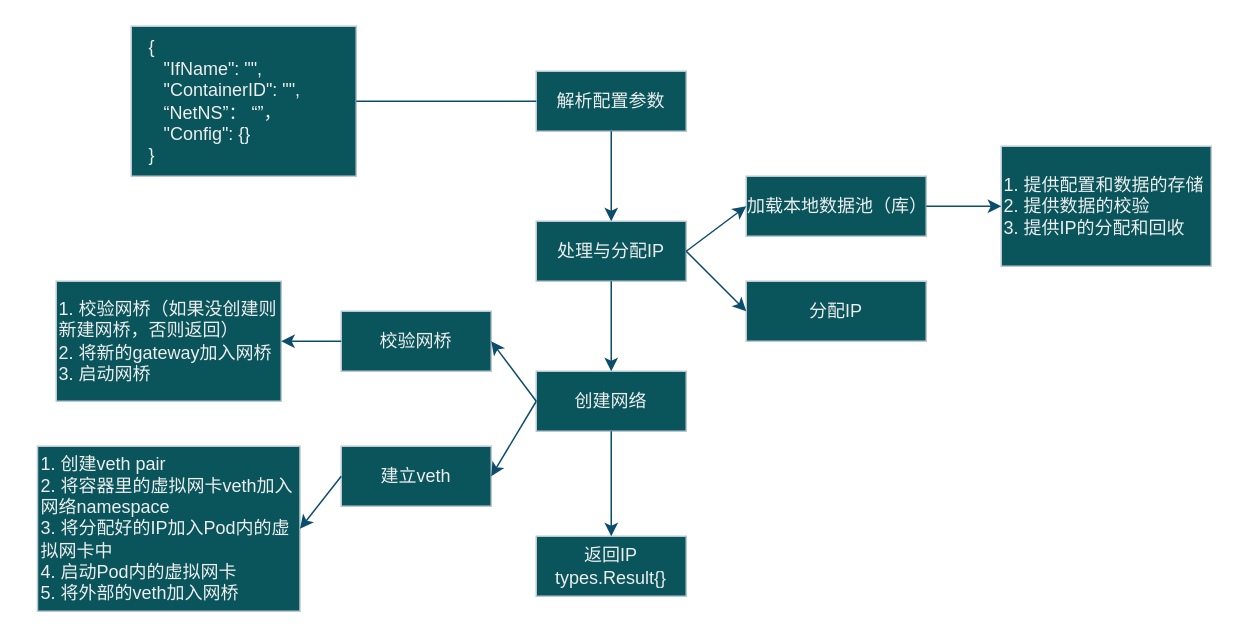
Before: page "CNI-ADD" (5 of 12) of flows/流程图.drawio in godzilla-s/lightly-cni, a draw.io diagram. Source tidied: cells renumbered, new cells numbered last; positions are measured from the earlier drawing's top-left corner, leaving out a move shared by most shapes. Both pictures are drawn from the tidied source at 150%, with x=0, y=0 at pixel (38, 26).
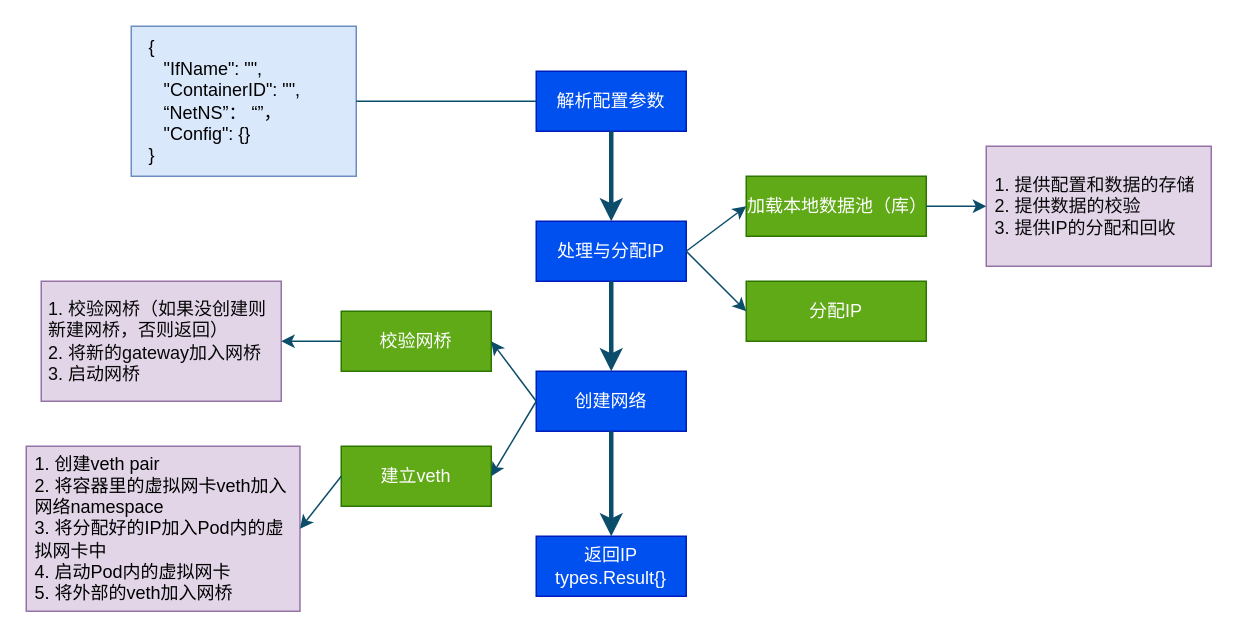
Above is the later version.

Diff of the diagram source:
```diff
@@
-<mxGraphModel>
+<mxGraphModel background="#ffffff">
@@
-    <mxCell id="2" value="解析配置参数" style="rounded=0;whiteSpace=wrap;html=1;labelBackgroundColor=none;fillColor=#09555B;strokeColor=#BAC8D3;fontColor=#EEEEEE;" parent="1" vertex="1">
+    <mxCell id="2" value="解析配置参数" style="rounded=0;whiteSpace=wrap;html=1;labelBackgroundColor=none;fillColor=#0050ef;strokeColor=#001DBC;fontColor=#ffffff;" parent="1" vertex="1">
       <mxGeometry x="332" y="30" width="100" height="40" as="geometry" />
     </mxCell>
-    <mxCell id="3" value="加载本地数据池（库）" style="rounded=0;whiteSpace=wrap;html=1;labelBackgroundColor=none;fillColor=#09555B;strokeColor=#BAC8D3;fontColor=#EEEEEE;" parent="1" vertex="1">
+    <mxCell id="3" value="加载本地数据池（库）" style="rounded=0;whiteSpace=wrap;html=1;labelBackgroundColor=none;fillColor=#60a917;strokeColor=#2D7600;fontColor=#ffffff;" parent="1" vertex="1">
       <mxGeometry x="472" y="100" width="120" height="40" as="geometry" />
     </mxCell>
-    <mxCell id="4" value="处理与分配IP" style="rounded=0;whiteSpace=wrap;html=1;labelBackgroundColor=none;fillColor=#09555B;strokeColor=#BAC8D3;fontColor=#EEEEEE;" parent="1" vertex="1">
+    <mxCell id="4" value="处理与分配IP" style="rounded=0;whiteSpace=wrap;html=1;labelBackgroundColor=none;fillColor=#0050ef;strokeColor=#001DBC;fontColor=#ffffff;" parent="1" vertex="1">
       <mxGeometry x="332" y="130" width="100" height="40" as="geometry" />
     </mxCell>
-    <mxCell id="5" value="1. 提供配置和数据的存储&lt;div&gt;2. 提供数据的校验&lt;/div&gt;&lt;div&gt;3. 提供IP的分配和回收&lt;/div&gt;" style="rounded=0;whiteSpace=wrap;html=1;align=left;labelBackgroundColor=none;fillColor=#09555B;strokeColor=#BAC8D3;fontColor=#EEEEEE;" parent="1" vertex="1">
-      <mxGeometry x="642" y="80" width="140" height="80" as="geometry" />
+    <mxCell id="5" value="1. 提供配置和数据的存储&lt;div&gt;2. 提供数据的校验&lt;/div&gt;&lt;div&gt;3. 提供IP的分配和回收&lt;/div&gt;" style="rounded=0;whiteSpace=wrap;html=1;align=left;labelBackgroundColor=none;fillColor=#e1d5e7;strokeColor=#9673a6;spacingLeft=4;fontColor=#0A0A0A;" parent="1" vertex="1">
+      <mxGeometry x="632" y="80" width="150" height="80" as="geometry" />
     </mxCell>
-    <mxCell id="6" value="校验网桥" style="rounded=0;whiteSpace=wrap;html=1;labelBackgroundColor=none;fillColor=#09555B;strokeColor=#BAC8D3;fontColor=#EEEEEE;" parent="1" vertex="1">
+    <mxCell id="6" value="校验网桥" style="rounded=0;whiteSpace=wrap;html=1;labelBackgroundColor=none;fillColor=#60a917;strokeColor=#2D7600;fontColor=#ffffff;" parent="1" vertex="1">
       <mxGeometry x="202" y="190" width="100" height="40" as="geometry" />
     </mxCell>
-    <mxCell id="7" value="1. 校验网桥（如果没创建则新建网桥，否则返回）&lt;div&gt;2. 将新的gateway加入网桥&lt;/div&gt;&lt;div&gt;3. 启动网桥&lt;/div&gt;" style="rounded=0;whiteSpace=wrap;html=1;align=left;labelBackgroundColor=none;fillColor=#09555B;strokeColor=#BAC8D3;fontColor=#EEEEEE;" parent="1" vertex="1">
-      <mxGeometry x="12" y="170" width="150" height="80" as="geometry" />
+    <mxCell id="7" value="1. 校验网桥（如果没创建则新建网桥，否则返回）&lt;div&gt;2. 将新的gateway加入网桥&lt;/div&gt;&lt;div&gt;3. 启动网桥&lt;/div&gt;" style="rounded=0;whiteSpace=wrap;html=1;align=left;labelBackgroundColor=none;fillColor=#e1d5e7;strokeColor=#9673a6;spacingLeft=3;fontColor=#080808;" parent="1" vertex="1">
+      <mxGeometry x="2" y="170" width="160" height="80" as="geometry" />
     </mxCell>
-    <mxCell id="8" value="建立veth" style="rounded=0;whiteSpace=wrap;html=1;labelBackgroundColor=none;fillColor=#09555B;strokeColor=#BAC8D3;fontColor=#EEEEEE;" parent="1" vertex="1">
+    <mxCell id="8" value="建立veth" style="rounded=0;whiteSpace=wrap;html=1;labelBackgroundColor=none;fillColor=#60a917;strokeColor=#2D7600;fontColor=#ffffff;" parent="1" vertex="1">
       <mxGeometry x="202" y="280" width="100" height="40" as="geometry" />
     </mxCell>
-    <mxCell id="9" value="返回IP&lt;div&gt;types.Result{}&lt;/div&gt;" style="rounded=0;whiteSpace=wrap;html=1;labelBackgroundColor=none;fillColor=#09555B;strokeColor=#BAC8D3;fontColor=#EEEEEE;" parent="1" vertex="1">
+    <mxCell id="9" value="返回IP&lt;div&gt;types.Result{}&lt;/div&gt;" style="rounded=0;whiteSpace=wrap;html=1;labelBackgroundColor=none;fillColor=#0050ef;strokeColor=#001DBC;fontColor=#ffffff;" parent="1" vertex="1">
       <mxGeometry x="332" y="340" width="100" height="40" as="geometry" />
     </mxCell>
-    <mxCell id="10" value="{&lt;div&gt;&amp;nbsp; &amp;nbsp;&quot;IfName&quot;: &quot;&quot;,&lt;/div&gt;&lt;div&gt;&amp;nbsp; &amp;nbsp;&quot;ContainerID&quot;: &quot;&quot;,&lt;/div&gt;&lt;div&gt;&amp;nbsp; &amp;nbsp;“NetNS”： “”，&lt;/div&gt;&lt;div&gt;&amp;nbsp; &amp;nbsp;&quot;Config&quot;: {}&lt;/div&gt;&lt;div&gt;}&lt;/div&gt;" style="rounded=0;whiteSpace=wrap;html=1;align=left;spacingLeft=10;labelBackgroundColor=none;fillColor=#09555B;strokeColor=#BAC8D3;fontColor=#EEEEEE;" parent="1" vertex="1">
+    <mxCell id="10" value="{&lt;div&gt;&amp;nbsp; &amp;nbsp;&quot;IfName&quot;: &quot;&quot;,&lt;/div&gt;&lt;div&gt;&amp;nbsp; &amp;nbsp;&quot;ContainerID&quot;: &quot;&quot;,&lt;/div&gt;&lt;div&gt;&amp;nbsp; &amp;nbsp;“NetNS”： “”，&lt;/div&gt;&lt;div&gt;&amp;nbsp; &amp;nbsp;&quot;Config&quot;: {}&lt;/div&gt;&lt;div&gt;}&lt;/div&gt;" style="rounded=0;whiteSpace=wrap;html=1;align=left;spacingLeft=10;labelBackgroundColor=none;fillColor=#dae8fc;strokeColor=#6c8ebf;fontColor=#000000;" parent="1" vertex="1">
       <mxGeometry x="62" width="150" height="100" as="geometry" />
     </mxCell>
-    <mxCell id="11" value="1. 创建veth pair&lt;div&gt;2. 将容器里的虚拟网卡veth加入网络namespace&lt;/div&gt;&lt;div&gt;3. 将分配好的IP加入Pod内的虚拟网卡中&lt;/div&gt;&lt;div&gt;4. 启动Pod内的虚拟网卡&lt;/div&gt;&lt;div&gt;5. 将外部的veth加入网桥&lt;/div&gt;" style="rounded=0;whiteSpace=wrap;html=1;align=left;labelBackgroundColor=none;fillColor=#09555B;strokeColor=#BAC8D3;fontColor=#EEEEEE;" parent="1" vertex="1">
-      <mxGeometry x="-0.5" y="280" width="175" height="110" as="geometry" />
+    <mxCell id="11" value="1. 创建veth pair&lt;div&gt;2. 将容器里的虚拟网卡veth加入网络namespace&lt;/div&gt;&lt;div&gt;3. 将分配好的IP加入Pod内的虚拟网卡中&lt;/div&gt;&lt;div&gt;4. 启动Pod内的虚拟网卡&lt;/div&gt;&lt;div&gt;5. 将外部的veth加入网桥&lt;/div&gt;" style="rounded=0;whiteSpace=wrap;html=1;align=left;labelBackgroundColor=none;fillColor=#e1d5e7;strokeColor=#9673a6;spacingLeft=4;fontColor=#000000;" parent="1" vertex="1">
+      <mxGeometry x="-8" y="280" width="182.5" height="110" as="geometry" />
     </mxCell>
-    <mxCell id="12" value="分配IP" style="rounded=0;whiteSpace=wrap;html=1;labelBackgroundColor=none;fillColor=#09555B;strokeColor=#BAC8D3;fontColor=#EEEEEE;" parent="1" vertex="1">
+    <mxCell id="12" value="分配IP" style="rounded=0;whiteSpace=wrap;html=1;labelBackgroundColor=none;fillColor=#60a917;strokeColor=#2D7600;fontColor=#ffffff;" parent="1" vertex="1">
       <mxGeometry x="472" y="170" width="120" height="40" as="geometry" />
     </mxCell>
-    <mxCell id="13" value="创建网络" style="rounded=0;whiteSpace=wrap;html=1;labelBackgroundColor=none;fillColor=#09555B;strokeColor=#BAC8D3;fontColor=#EEEEEE;" parent="1" vertex="1">
+    <mxCell id="13" value="创建网络" style="rounded=0;whiteSpace=wrap;html=1;labelBackgroundColor=none;fillColor=#0050ef;strokeColor=#001DBC;fontColor=#ffffff;" parent="1" vertex="1">
       <mxGeometry x="332" y="230" width="100" height="40" as="geometry" />
     </mxCell>
@@
-    <mxCell id="18" style="endArrow=classic;html=1;rounded=0;exitX=0.5;exitY=1;exitDx=0;exitDy=0;entryX=0.5;entryY=0;entryDx=0;entryDy=0;labelBackgroundColor=none;strokeColor=#0B4D6A;fontColor=default;" parent="1" edge="1" source="2" target="4">
+    <mxCell id="18" style="endArrow=classic;html=1;rounded=0;exitX=0.5;exitY=1;exitDx=0;exitDy=0;entryX=0.5;entryY=0;entryDx=0;entryDy=0;labelBackgroundColor=none;strokeColor=#0B4D6A;fontColor=default;strokeWidth=3;" parent="1" edge="1" source="2" target="4">
       <mxGeometry relative="1" as="geometry" />
     </mxCell>
-    <mxCell id="19" style="endArrow=classic;html=1;rounded=0;exitX=0.5;exitY=1;exitDx=0;exitDy=0;entryX=0.5;entryY=0;entryDx=0;entryDy=0;labelBackgroundColor=none;strokeColor=#0B4D6A;fontColor=default;" parent="1" edge="1" source="4" target="13">
+    <mxCell id="19" style="endArrow=classic;html=1;rounded=0;exitX=0.5;exitY=1;exitDx=0;exitDy=0;entryX=0.5;entryY=0;entryDx=0;entryDy=0;labelBackgroundColor=none;strokeColor=#0B4D6A;fontColor=default;strokeWidth=3;" parent="1" edge="1" source="4" target="13">
       <mxGeometry relative="1" as="geometry" />
     </mxCell>
-    <mxCell id="20" style="endArrow=classic;html=1;rounded=0;exitX=0.5;exitY=1;exitDx=0;exitDy=0;entryX=0.5;entryY=0;entryDx=0;entryDy=0;labelBackgroundColor=none;strokeColor=#0B4D6A;fontColor=default;" parent="1" edge="1" source="13" target="9">
+    <mxCell id="20" style="endArrow=classic;html=1;rounded=0;exitX=0.5;exitY=1;exitDx=0;exitDy=0;entryX=0.5;entryY=0;entryDx=0;entryDy=0;labelBackgroundColor=none;strokeColor=#0B4D6A;fontColor=default;strokeWidth=3;" parent="1" edge="1" source="13" target="9">
       <mxGeometry relative="1" as="geometry" />
     </mxCell>
```
